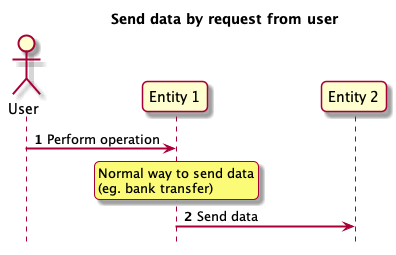
hesusruiz/docs keeps this PlantUML diagram as Storage/assets/flow_user_e1_e2.png. Above is the earlier version.
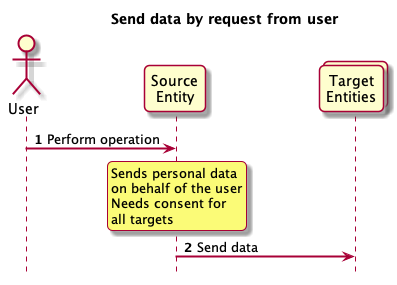
Above is the later version.

The edit, as a diff of the source:
```diff
@@ -8,13 +8,15 @@
 title Send data by request from user
 
 actor User
-participant "Entity 1" as e1
-participant "Entity 2" as e2
+participant "Source\nEntity" as e1
+collections "Target\nEntities" as e2
 
 User -> e1 : Perform operation
 rnote over e1
- Normal way to send data
- (eg. bank transfer)
+ Sends personal data
+ on behalf of the user
+ Needs consent for
+ all targets
 endrnote
 e1 -> e2 : Send data
 
```
